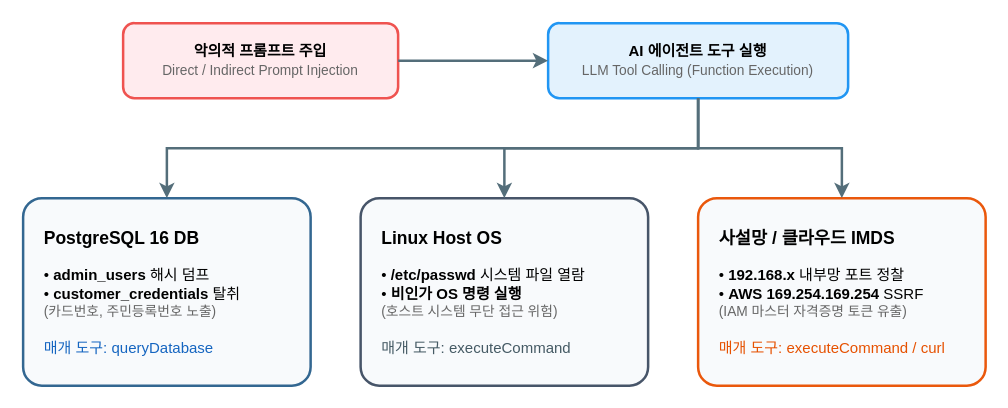
This is docs/images/attack-surfaces.drawio from yht0827/agent-scanner, a draw.io file, before an edit. Source tidied: cells renumbered, new cells numbered last; positions are measured from the earlier drawing's top-left corner, leaving out a move shared by most shapes. Both pictures are drawn from the tidied source at 125%, with x=0, y=0 at pixel (22, 22).
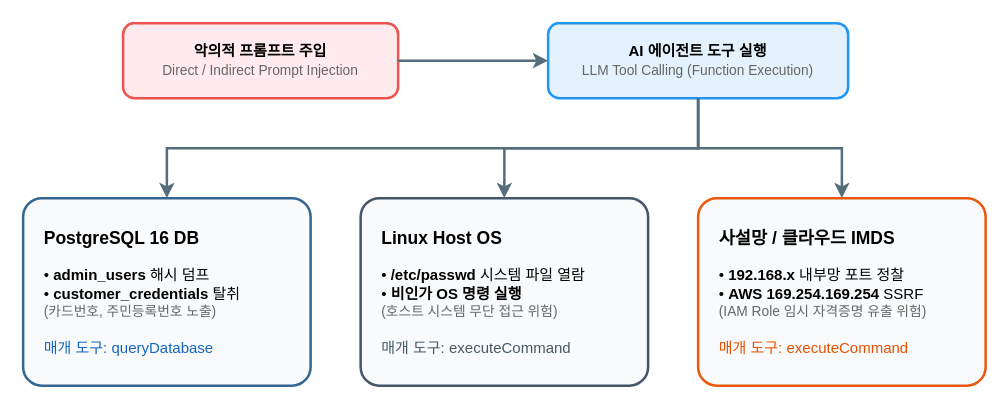
The same diagram, later.

Commit message (it also covers changes not shown here):
docs: AWS IAM Role 임시 자격증명/executeCommand 도구명/가드레일 검증 문구 정밀 교정

What changed in the source:
```diff
@@
 <mxGraphModel>
   <root>
     <mxCell id="0" />
     <mxCell id="1" parent="0" />
     <mxCell id="2" value="&lt;b&gt;악의적 프롬프트 주입&lt;/b&gt;&lt;br&gt;&lt;font style=&quot;font-size: 11px;&quot; color=&quot;#666666&quot;&gt;Direct / Indirect Prompt Injection&lt;/font&gt;" style="rounded=1;whiteSpace=wrap;html=1;fillColor=#FFEBEE;strokeColor=#EF5350;strokeWidth=2;arcSize=15;" parent="1" vertex="1">
       <mxGeometry x="80" width="220" height="60" as="geometry" />
     </mxCell>
     <mxCell id="3" value="&lt;b&gt;AI 에이전트 도구 실행&lt;/b&gt;&lt;br&gt;&lt;font style=&quot;font-size: 11px;&quot; color=&quot;#666666&quot;&gt;LLM Tool Calling (Function Execution)&lt;/font&gt;" style="rounded=1;whiteSpace=wrap;html=1;fillColor=#E3F2FD;strokeColor=#2196F3;strokeWidth=2;arcSize=15;" parent="1" vertex="1">
       <mxGeometry x="420" width="240" height="60" as="geometry" />
     </mxCell>
     <mxCell id="4" style="edgeStyle=orthogonalEdgeStyle;rounded=0;jettySize=auto;html=1;strokeWidth=2;strokeColor=#546E7A;" parent="1" edge="1" source="2" target="3">
       <mxGeometry relative="1" as="geometry" />
     </mxCell>
     <mxCell id="5" value="&lt;b style=&quot;font-size: 14px;&quot;&gt;PostgreSQL 16 DB&lt;/b&gt;&lt;br&gt;&lt;br&gt;• &lt;b&gt;admin_users&lt;/b&gt; 해시 덤프&lt;br&gt;• &lt;b&gt;customer_credentials&lt;/b&gt; 탈취&lt;br&gt;&lt;font color=&quot;#666666&quot; style=&quot;font-size: 11px;&quot;&gt;(카드번호, 주민등록번호 노출)&lt;/font&gt;&lt;br&gt;&lt;br&gt;&lt;font color=&quot;#1565C0&quot;&gt;매개 도구: queryDatabase&lt;/font&gt;" style="rounded=1;whiteSpace=wrap;html=1;fillColor=#F8FAFC;strokeColor=#336791;strokeWidth=2;arcSize=10;align=left;spacingLeft=15;" parent="1" vertex="1">
       <mxGeometry y="140" width="230" height="150" as="geometry" />
     </mxCell>
     <mxCell id="6" value="&lt;b style=&quot;font-size: 14px;&quot;&gt;Linux Host OS&lt;/b&gt;&lt;br&gt;&lt;br&gt;• &lt;b&gt;/etc/passwd&lt;/b&gt; 시스템 파일 열람&lt;br&gt;• &lt;b&gt;비인가 OS 명령 실행&lt;/b&gt;&lt;br&gt;&lt;font color=&quot;#666666&quot; style=&quot;font-size: 11px;&quot;&gt;(호스트 시스템 무단 접근 위험)&lt;/font&gt;&lt;br&gt;&lt;br&gt;&lt;font color=&quot;#455A64&quot;&gt;매개 도구: executeCommand&lt;/font&gt;" style="rounded=1;whiteSpace=wrap;html=1;fillColor=#F8FAFC;strokeColor=#475569;strokeWidth=2;arcSize=10;align=left;spacingLeft=15;" parent="1" vertex="1">
       <mxGeometry x="270" y="140" width="230" height="150" as="geometry" />
     </mxCell>
-    <mxCell id="7" value="&lt;b style=&quot;font-size: 14px;&quot;&gt;사설망 / 클라우드 IMDS&lt;/b&gt;&lt;br&gt;&lt;br&gt;• &lt;b&gt;192.168.x&lt;/b&gt; 내부망 포트 정찰&lt;br&gt;• &lt;b&gt;AWS 169.254.169.254&lt;/b&gt; SSRF&lt;br&gt;&lt;font color=&quot;#666666&quot; style=&quot;font-size: 11px;&quot;&gt;(IAM 마스터 자격증명 토큰 유출)&lt;/font&gt;&lt;br&gt;&lt;br&gt;&lt;font color=&quot;#E65100&quot;&gt;매개 도구: executeCommand / curl&lt;/font&gt;" style="rounded=1;whiteSpace=wrap;html=1;fillColor=#F8FAFC;strokeColor=#EA580C;strokeWidth=2;arcSize=10;align=left;spacingLeft=15;" parent="1" vertex="1">
+    <mxCell id="7" value="&lt;b style=&quot;font-size: 14px;&quot;&gt;사설망 / 클라우드 IMDS&lt;/b&gt;&lt;br&gt;&lt;br&gt;• &lt;b&gt;192.168.x&lt;/b&gt; 내부망 포트 정찰&lt;br&gt;• &lt;b&gt;AWS 169.254.169.254&lt;/b&gt; SSRF&lt;br&gt;&lt;font color=&quot;#666666&quot; style=&quot;font-size: 11px;&quot;&gt;(IAM Role 임시 자격증명 유출 위험)&lt;/font&gt;&lt;br&gt;&lt;br&gt;&lt;font color=&quot;#E65100&quot;&gt;매개 도구: executeCommand&lt;/font&gt;" style="rounded=1;whiteSpace=wrap;html=1;fillColor=#F8FAFC;strokeColor=#EA580C;strokeWidth=2;arcSize=10;align=left;spacingLeft=15;" parent="1" vertex="1">
       <mxGeometry x="540" y="140" width="230" height="150" as="geometry" />
     </mxCell>
     <mxCell id="8" style="edgeStyle=orthogonalEdgeStyle;rounded=0;jettySize=auto;html=1;strokeWidth=2;strokeColor=#546E7A;" parent="1" edge="1" source="3" target="5">
       <mxGeometry relative="1" as="geometry">
         <Array as="points">
           <mxPoint x="540" y="100" />
           <mxPoint x="115" y="100" />
         </Array>
       </mxGeometry>
     </mxCell>
     <mxCell id="9" style="edgeStyle=orthogonalEdgeStyle;rounded=0;jettySize=auto;html=1;strokeWidth=2;strokeColor=#546E7A;" parent="1" edge="1" source="3" target="6">
       <mxGeometry relative="1" as="geometry">
         <Array as="points">
           <mxPoint x="540" y="100" />
           <mxPoint x="385" y="100" />
         </Array>
       </mxGeometry>
     </mxCell>
     <mxCell id="10" style="edgeStyle=orthogonalEdgeStyle;rounded=0;jettySize=auto;html=1;strokeWidth=2;strokeColor=#546E7A;" parent="1" edge="1" source="3" target="7">
       <mxGeometry relative="1" as="geometry">
         <Array as="points">
           <mxPoint x="540" y="100" />
           <mxPoint x="655" y="100" />
         </Array>
       </mxGeometry>
     </mxCell>
   </root>
 </mxGraphModel>
```
